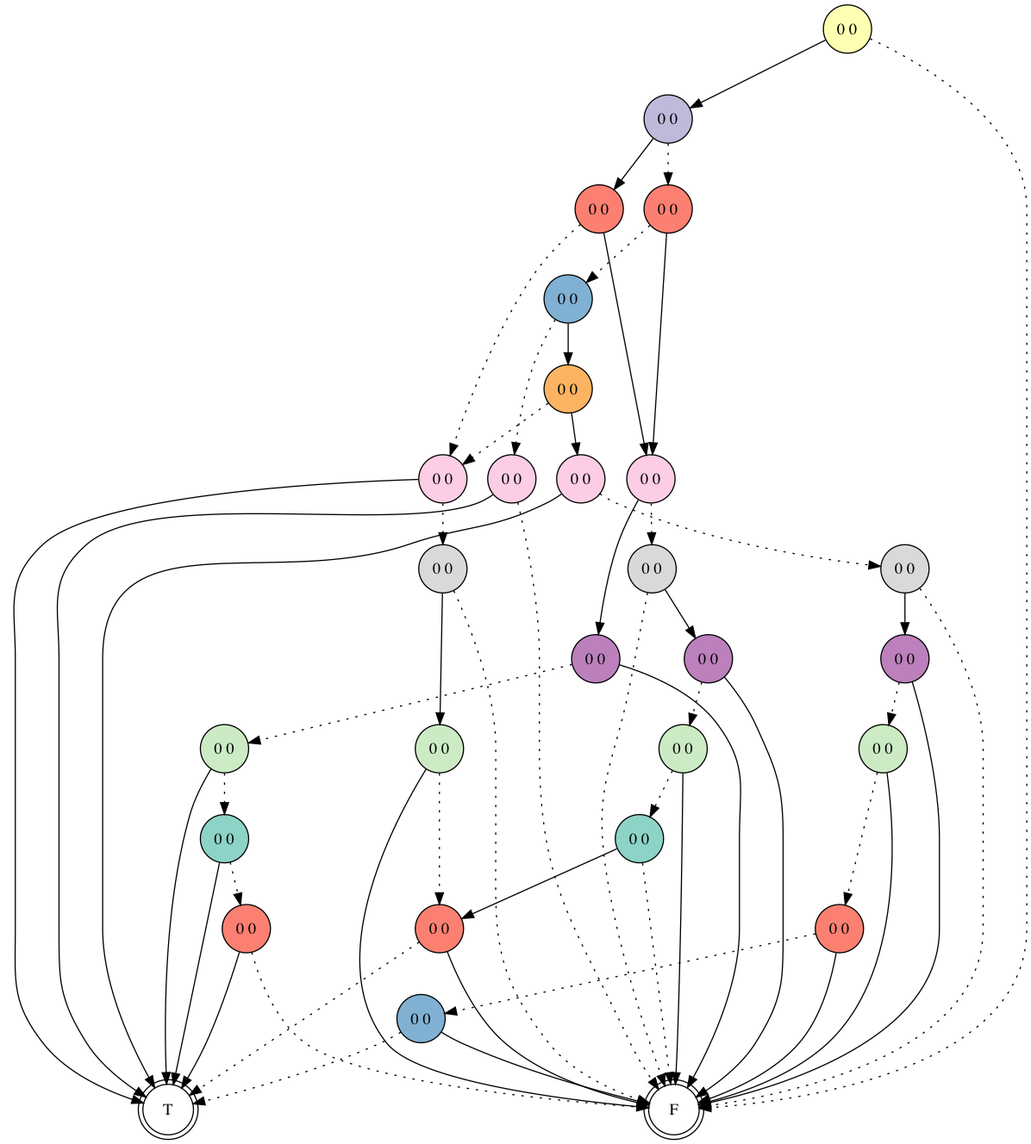
Before: OCaml/test.png, a diagram exported from Graphviz (Bluescreen-Muc/BddApprox). Its source is kept beside it as OCaml/test.dot.
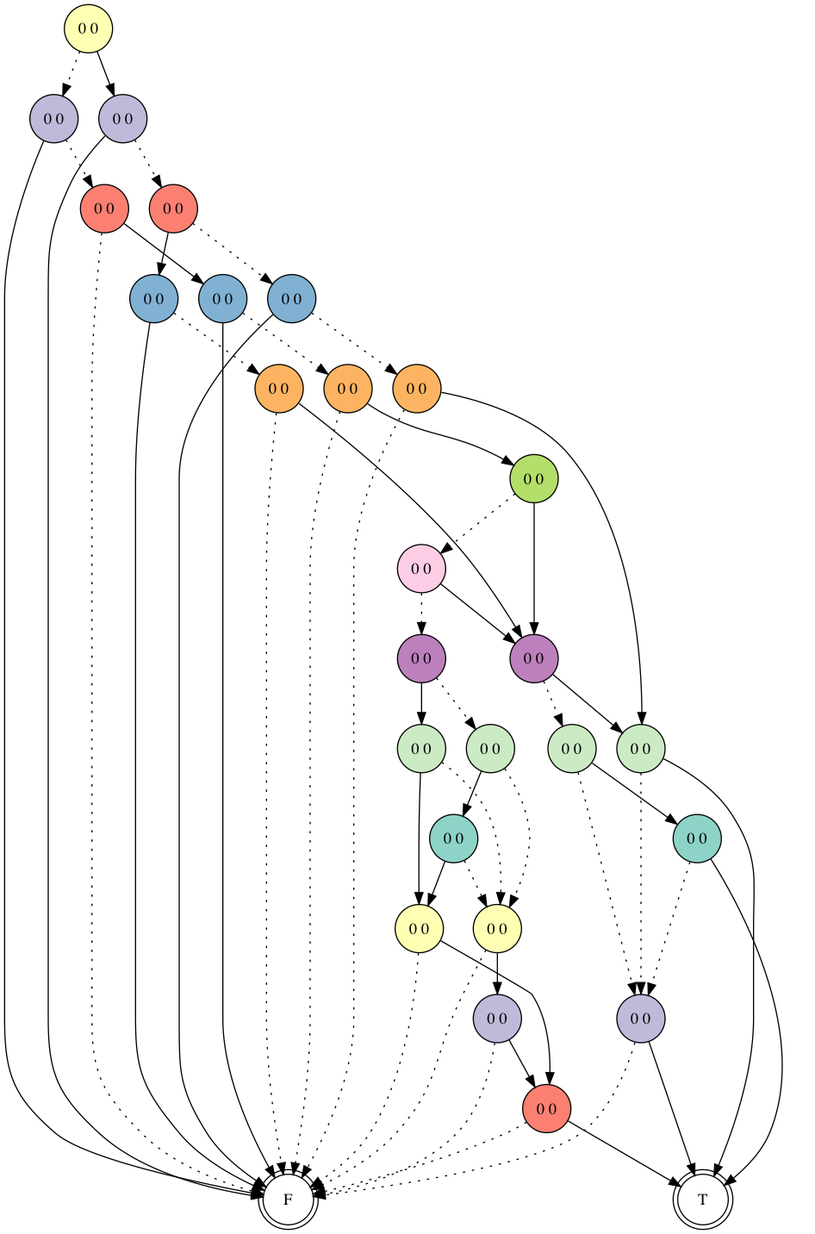
After the change.

What changed in the source:
```diff
@@ -6,118 +6,121 @@
 	];
 {
 graph [rank=same];
-2220107	[fillcolor=2, label="0 0", rank=1];
+660092	[fillcolor=2, label="0 0", rank=1];
 }
 {
 graph [rank=same];
-2220106	[fillcolor=3, label="0 0", rank=2];
+660091	[fillcolor=3, label="0 0", rank=2];
+660077	[fillcolor=3, label="0 0", rank=2];
 }
 {
 graph [rank=same];
-2220095	[fillcolor=4, label="0 0", rank=3];
-2220105	[fillcolor=4, label="0 0", rank=3];
+660090	[fillcolor=4, label="0 0", rank=3];
+660076	[fillcolor=4, label="0 0", rank=3];
 }
 {
 graph [rank=same];
-2220104	[fillcolor=5, label="0 0", rank=4];
+660073	[fillcolor=5, label="0 0", rank=4];
+660075	[fillcolor=5, label="0 0", rank=4];
+660089	[fillcolor=5, label="0 0", rank=4];
 }
 {
 graph [rank=same];
-2220102	[fillcolor=6, label="0 0", rank=5];
+660072	[fillcolor=6, label="0 0", rank=5];
+660088	[fillcolor=6, label="0 0", rank=5];
+660074	[fillcolor=6, label="0 0", rank=5];
 }
 {
 graph [rank=same];
-2220091	[fillcolor=8, label="0 0", rank=6];
-2220103	[fillcolor=8, label="0 0", rank=6];
-2220101	[fillcolor=8, label="0 0", rank=6];
-2220094	[fillcolor=8, label="0 0", rank=6];
+660087	[fillcolor=7, label="0 0", rank=6];
 }
 {
 graph [rank=same];
-2220093	[fillcolor=9, label="0 0", rank=7];
-2220090	[fillcolor=9, label="0 0", rank=7];
-2220100	[fillcolor=9, label="0 0", rank=7];
+660086	[fillcolor=8, label="0 0", rank=7];
 }
 {
 graph [rank=same];
-2220089	[fillcolor=10, label="0 0", rank=8];
-2220099	[fillcolor=10, label="0 0", rank=8];
-2220085	[fillcolor=10, label="0 0", rank=8];
+660071	[fillcolor=10, label="0 0", rank=8];
+660085	[fillcolor=10, label="0 0", rank=8];
 }
 {
 graph [rank=same];
-2220098	[fillcolor=11, label="0 0", rank=9];
-2220088	[fillcolor=11, label="0 0", rank=9];
-2220092	[fillcolor=11, label="0 0", rank=9];
-2220084	[fillcolor=11, label="0 0", rank=9];
+660070	[fillcolor=11, label="0 0", rank=9];
+660068	[fillcolor=11, label="0 0", rank=9];
+660084	[fillcolor=11, label="0 0", rank=9];
+660082	[fillcolor=11, label="0 0", rank=9];
 }
 {
 graph [rank=same];
-2220087	[fillcolor=1, label="0 0", rank=10];
-2220083	[fillcolor=1, label="0 0", rank=10];
+660083	[fillcolor=1, label="0 0", rank=10];
+660069	[fillcolor=1, label="0 0", rank=10];
 }
 {
 graph [rank=same];
-2220086	[fillcolor=4, label="0 0", rank=11];
-2220082	[fillcolor=4, label="0 0", rank=11];
-2220097	[fillcolor=4, label="0 0", rank=11];
+660079	[fillcolor=2, label="0 0", rank=11];
+660081	[fillcolor=2, label="0 0", rank=11];
 }
 {
 graph [rank=same];
-2220096	[fillcolor=5, label="0 0", rank=12];
+660080	[fillcolor=3, label="0 0", rank=12];
+660067	[fillcolor=3, label="0 0", rank=12];
+}
+{
+graph [rank=same];
+660078	[fillcolor=4, label="0 0", rank=13];
 }
 0	 [fillcolor=White, label=F, rank=None, shape=doublecircle];
 1	 [fillcolor=White, label=T, rank=None, shape=doublecircle];
-2220084 -> 2220083 		[style=dotted];
-2220084 -> 1
-2220100 -> 0 		[style=dotted];
-2220100 -> 2220099
-2220105 -> 2220104 		[style=dotted];
-2220105 -> 2220091
-2220097 -> 2220096 		[style=dotted];
-2220097 -> 0
-2220102 -> 2220094 		[style=dotted];
-2220102 -> 2220101
-2220107 -> 0 		[style=dotted];
-2220107 -> 2220106
-2220082 -> 0 		[style=dotted];
-2220082 -> 1
-2220096 -> 1 		[style=dotted];
-2220096 -> 0
-2220083 -> 2220082 		[style=dotted];
-2220083 -> 1
-2220086 -> 1 		[style=dotted];
-2220086 -> 0
-2220092 -> 2220086 		[style=dotted];
-2220092 -> 0
-2220094 -> 2220093 		[style=dotted];
-2220094 -> 1
-2220085 -> 2220084 		[style=dotted];
-2220085 -> 0
-2220101 -> 2220100 		[style=dotted];
-2220101 -> 1
-2220099 -> 2220098 		[style=dotted];
-2220099 -> 0
-2220088 -> 2220087 		[style=dotted];
-2220088 -> 0
-2220090 -> 0 		[style=dotted];
-2220090 -> 2220089
-2220103 -> 0 		[style=dotted];
-2220103 -> 1
-2220106 -> 2220105 		[style=dotted];
-2220106 -> 2220095
-2220087 -> 0 		[style=dotted];
-2220087 -> 2220086
-2220104 -> 2220103 		[style=dotted];
-2220104 -> 2220102
-2220095 -> 2220094 		[style=dotted];
-2220095 -> 2220091
-2220091 -> 2220090 		[style=dotted];
-2220091 -> 2220085
-2220093 -> 0 		[style=dotted];
-2220093 -> 2220092
-2220098 -> 2220097 		[style=dotted];
-2220098 -> 0
-2220089 -> 2220088 		[style=dotted];
-2220089 -> 0
+660077 -> 660076 		[style=dotted];
+660077 -> 0
+660081 -> 0 		[style=dotted];
+660081 -> 660080
+660069 -> 660067 		[style=dotted];
+660069 -> 1
+660085 -> 660084 		[style=dotted];
+660085 -> 660082
+660082 -> 660081 		[style=dotted];
+660082 -> 660079
+660076 -> 660075 		[style=dotted];
+660076 -> 660073
+660067 -> 0 		[style=dotted];
+660067 -> 1
+660089 -> 660088 		[style=dotted];
+660089 -> 0
+660090 -> 0 		[style=dotted];
+660090 -> 660089
+660074 -> 0 		[style=dotted];
+660074 -> 660068
+660071 -> 660070 		[style=dotted];
+660071 -> 660068
+660075 -> 660074 		[style=dotted];
+660075 -> 0
+660078 -> 0 		[style=dotted];
+660078 -> 1
+660086 -> 660085 		[style=dotted];
+660086 -> 660071
+660079 -> 0 		[style=dotted];
+660079 -> 660078
+660088 -> 0 		[style=dotted];
+660088 -> 660087
+660084 -> 660081 		[style=dotted];
+660084 -> 660083
+660072 -> 0 		[style=dotted];
+660072 -> 660071
+660068 -> 660067 		[style=dotted];
+660068 -> 1
+660091 -> 660090 		[style=dotted];
+660091 -> 0
+660070 -> 660067 		[style=dotted];
+660070 -> 660069
+660083 -> 660081 		[style=dotted];
+660083 -> 660079
+660073 -> 660072 		[style=dotted];
+660073 -> 0
+660087 -> 660086 		[style=dotted];
+660087 -> 660071
+660080 -> 0 		[style=dotted];
+660080 -> 660078
+660092 -> 660091 		[style=dotted];
+660092 -> 660077
 }
```
